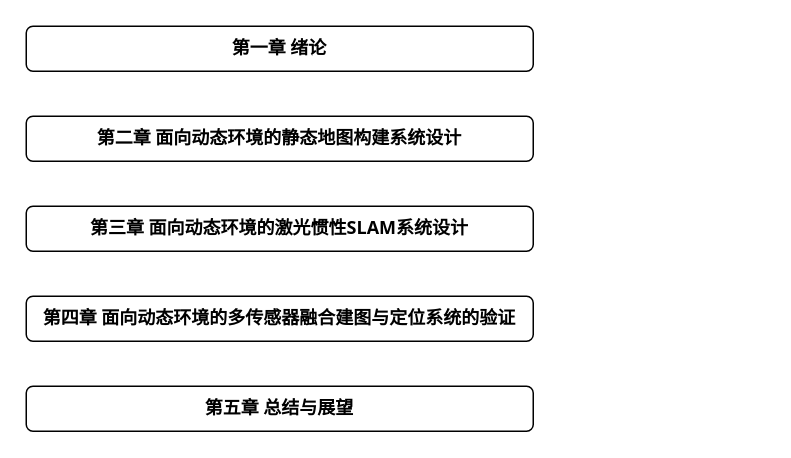
Earlier version of the draw.io diagram 未命名绘图.drawio (ZhaZhaJ/removert_w). Source tidied: cells renumbered, new cells numbered last; positions are measured from the earlier drawing's top-left corner, leaving out a move shared by most shapes. Both pictures are drawn from the tidied source at 150%, with x=0, y=0 at pixel (26, 26).
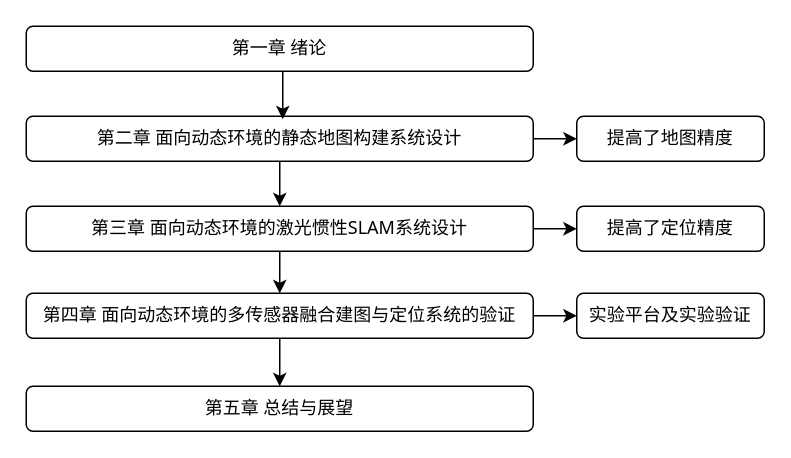
The same diagram, later.

Commit message:
更新未命名绘图.drawio

Change to the diagram source:
```diff
@@
 <mxGraphModel>
   <root>
     <mxCell id="0" />
     <mxCell id="1" parent="0" />
+    <mxCell id="7" style="edgeStyle=orthogonalEdgeStyle;rounded=0;jettySize=auto;html=1;fontStyle=0;" parent="1" edge="1" source="2" target="3">
+      <mxGeometry relative="1" as="geometry" />
+    </mxCell>
+    <mxCell id="8" style="edgeStyle=orthogonalEdgeStyle;rounded=0;jettySize=auto;html=1;" parent="1" edge="1" source="2" target="14">
+      <mxGeometry relative="1" as="geometry" />
+    </mxCell>
-    <mxCell id="2" value="第二章 面向动态环境的静态地图构建系统设计" style="rounded=1;whiteSpace=wrap;html=1;fontFamily=Tahoma;align=center;fontStyle=1;" parent="1" vertex="1">
+    <mxCell id="2" value="第二章 面向动态环境的静态地图构建系统设计" style="rounded=1;whiteSpace=wrap;html=1;fontFamily=Tahoma;align=center;fontStyle=0;" parent="1" vertex="1">
       <mxGeometry y="60" width="338" height="30" as="geometry" />
     </mxCell>
+    <mxCell id="9" style="edgeStyle=orthogonalEdgeStyle;rounded=0;jettySize=auto;html=1;fontStyle=0;" parent="1" edge="1" source="3" target="5">
+      <mxGeometry relative="1" as="geometry" />
+    </mxCell>
+    <mxCell id="10" style="edgeStyle=orthogonalEdgeStyle;rounded=0;jettySize=auto;html=1;" parent="1" edge="1" source="3" target="15">
+      <mxGeometry relative="1" as="geometry" />
+    </mxCell>
-    <mxCell id="3" value="第三章 面向动态环境的激光惯性SLAM系统设计" style="rounded=1;whiteSpace=wrap;html=1;fontFamily=Tahoma;align=center;fontStyle=1;" parent="1" vertex="1">
+    <mxCell id="3" value="第三章 面向动态环境的激光惯性SLAM系统设计" style="rounded=1;whiteSpace=wrap;html=1;fontFamily=Tahoma;align=center;fontStyle=0;" parent="1" vertex="1">
       <mxGeometry y="120" width="338" height="30" as="geometry" />
     </mxCell>
-    <mxCell id="4" value="第五章 总结与展望" style="rounded=1;whiteSpace=wrap;html=1;fontFamily=Tahoma;align=center;fontStyle=1;" parent="1" vertex="1">
+    <mxCell id="4" value="第五章 总结与展望" style="rounded=1;whiteSpace=wrap;html=1;fontFamily=Tahoma;align=center;fontStyle=0;" parent="1" vertex="1">
       <mxGeometry y="240" width="338" height="30" as="geometry" />
     </mxCell>
+    <mxCell id="11" style="edgeStyle=orthogonalEdgeStyle;rounded=0;jettySize=auto;html=1;fontStyle=0;" parent="1" edge="1" source="5" target="4">
+      <mxGeometry relative="1" as="geometry" />
+    </mxCell>
+    <mxCell id="12" style="edgeStyle=orthogonalEdgeStyle;rounded=0;jettySize=auto;html=1;" parent="1" edge="1" source="5" target="16">
+      <mxGeometry relative="1" as="geometry" />
+    </mxCell>
-    <mxCell id="5" value="&lt;font&gt;第四章 面向动态环境的多传感器融合建图与定位系统的验证&lt;/font&gt;" style="rounded=1;whiteSpace=wrap;html=1;fontFamily=Tahoma;align=center;fontStyle=1;" parent="1" vertex="1">
-      <mxGeometry y="180" width="338" height="30" as="geometry" />
+    <mxCell id="5" value="&lt;font&gt;第四章 面向动态环境的多传感器融合建图与定位系统的验证&lt;/font&gt;" style="rounded=1;whiteSpace=wrap;html=1;fontFamily=Tahoma;align=center;fontStyle=0;verticalAlign=middle;" parent="1" vertex="1">
+      <mxGeometry y="178" width="338" height="30" as="geometry" />
     </mxCell>
+    <mxCell id="13" style="edgeStyle=orthogonalEdgeStyle;rounded=0;jettySize=auto;html=1;fontStyle=0;" parent="1" edge="1" source="6">
+      <mxGeometry relative="1" as="geometry">
+        <mxPoint x="171" y="62" as="targetPoint" />
+        <Array as="points">
+          <mxPoint x="171" y="52" />
+          <mxPoint x="171" y="52" />
+        </Array>
+      </mxGeometry>
+    </mxCell>
-    <mxCell id="6" value="第一章 绪论" style="rounded=1;whiteSpace=wrap;html=1;fontFamily=Tahoma;align=center;fontStyle=1;" parent="1" vertex="1">
+    <mxCell id="6" value="第一章 绪论" style="rounded=1;whiteSpace=wrap;html=1;fontFamily=Tahoma;align=center;fontStyle=0;" parent="1" vertex="1">
       <mxGeometry width="338" height="30" as="geometry" />
     </mxCell>
+    <mxCell id="14" value="提高了地图精度" style="rounded=1;whiteSpace=wrap;html=1;fontFamily=Tahoma;align=center;fontStyle=0;verticalAlign=middle;" parent="1" vertex="1">
+      <mxGeometry x="367" y="60" width="125" height="30" as="geometry" />
+    </mxCell>
+    <mxCell id="15" value="提高了定位精度" style="rounded=1;whiteSpace=wrap;html=1;fontFamily=Tahoma;align=center;fontStyle=0;verticalAlign=middle;" parent="1" vertex="1">
+      <mxGeometry x="367" y="120" width="125" height="30" as="geometry" />
+    </mxCell>
+    <mxCell id="16" value="实验平台及实验验证" style="rounded=1;whiteSpace=wrap;html=1;fontFamily=Tahoma;align=center;fontStyle=0;verticalAlign=middle;" parent="1" vertex="1">
+      <mxGeometry x="367" y="178" width="125" height="30" as="geometry" />
+    </mxCell>
   </root>
 </mxGraphModel>
```
